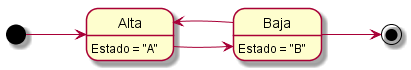
The PlantUML diagram Informe Final/Imagenes/DiagramasEstado/DiagramaDeEstado/empleados.png in ZMGestion/DocumentacionZMGestion, before a commit.
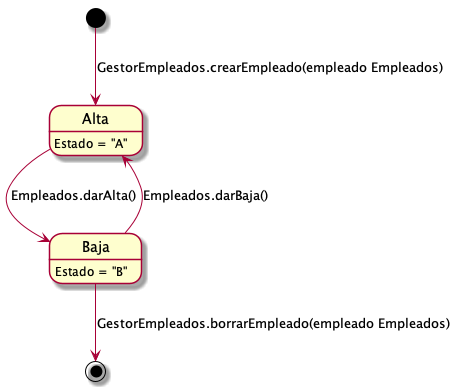
After the commit.

Diff of the diagram source:
```diff
@@ -2,10 +2,10 @@
 Alta: Estado = "A"
 Baja: Estado = "B"
 
-left to right direction
-[*] --> Alta
-Baja --> [*]
-Alta --> Baja
-Baja --> Alta
+top to bottom direction
+[*] --> Alta: GestorEmpleados.crearEmpleado(empleado Empleados)
+Baja --> [*]: GestorEmpleados.borrarEmpleado(empleado Empleados)
+Alta --> Baja: Empleados.darAlta()
+Baja --> Alta: Empleados.darBaja()
 
 @enduml
```
